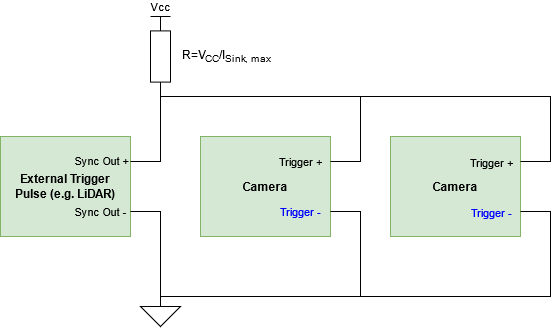
This is docs/wiring-external-trigger.png from SherifN/peak_cam, a draw.io export, as it was before one commit. Source tidied: cells renumbered, new cells last; positions are measured from the earlier drawing's top-left corner, leaving out a move shared by most shapes.
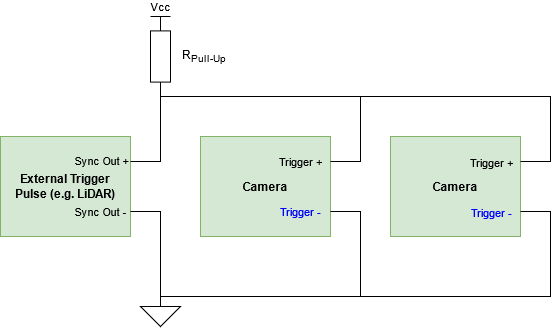
After the commit.

Commit message:
Edit docs for external trigger

What changed in the source:
```diff
@@ -79,7 +79,7 @@
     <mxCell id="15" style="verticalLabelPosition=bottom;shadow=0;dashed=0;align=center;html=1;verticalAlign=top;shape=mxgraph.electrical.resistors.resistor_1;rotation=-90;" parent="1" vertex="1">
       <mxGeometry x="120" y="30" width="80" height="20" as="geometry" />
     </mxCell>
-    <mxCell id="16" value="R=V&lt;sub&gt;CC&lt;/sub&gt;/I&lt;sub&gt;Sink, max&lt;/sub&gt;" style="text;whiteSpace=wrap;html=1;" parent="1" vertex="1">
+    <mxCell id="16" value="R&lt;sub&gt;Pull-Up&lt;/sub&gt;" style="text;whiteSpace=wrap;html=1;" parent="1" vertex="1">
       <mxGeometry x="180" y="25" width="110" height="30" as="geometry" />
     </mxCell>
   </root>
```
